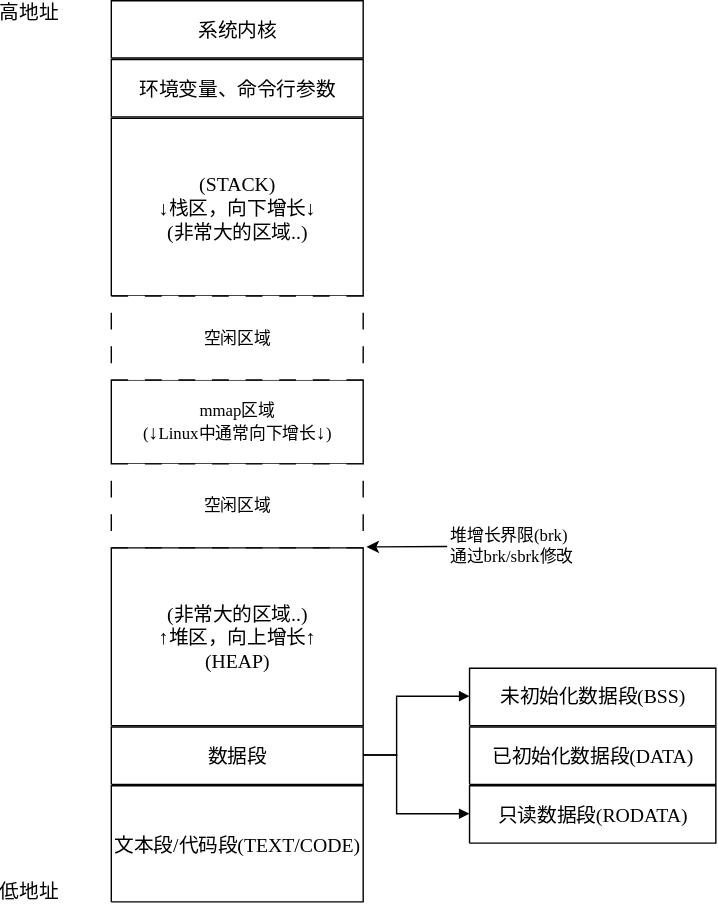
Above: 操作系统/Resources/真实内存布局图.svg in h13-0/Notebooks (draw.io), before the change. Source tidied: cells renumbered, new cells last; positions are measured from the earlier drawing's top-left corner, leaving out a move shared by most shapes. Source of this version:
```xml
<mxGraphModel>
  <root>
    <mxCell id="0" />
    <mxCell id="1" parent="0" />
    <mxCell id="2" value="&lt;div style=&quot;font-size: 1px&quot;&gt;&lt;font style=&quot;font-size:14.11px;font-family:思源等宽;color:#000000;direction:ltr;letter-spacing:0px;line-height:120%;opacity:1&quot;&gt;文本段/代码段(TEXT/CODE)&lt;br/&gt;&lt;/font&gt;&lt;/div&gt;" style="verticalAlign=middle;align=center;overflow=width;vsdxID=2;fillColor=none;gradientColor=none;shape=(stored shape, 160 characters);strokeColor=#000000;labelBackgroundColor=none;rounded=0;html=1;whiteSpace=wrap;" parent="1" vertex="1">
      <mxGeometry x="80" y="561" width="180" height="83" as="geometry" />
    </mxCell>
    <mxCell id="3" value="&lt;div style=&quot;font-size: 1px&quot;&gt;&lt;font style=&quot;font-size:14.11px;font-family:思源等宽;color:#000000;direction:ltr;letter-spacing:0px;line-height:120%;opacity:1&quot;&gt;数据段&lt;br/&gt;&lt;/font&gt;&lt;/div&gt;" style="verticalAlign=middle;align=center;overflow=width;vsdxID=3;fillColor=none;gradientColor=none;shape=(stored shape, 160 characters);strokeColor=#000000;points=[[1,0.5,0],[0.5,0,0],[0.5,0.5,0],[0.5,0.5,0]];labelBackgroundColor=none;rounded=0;html=1;whiteSpace=wrap;" parent="1" vertex="1">
      <mxGeometry x="80" y="519" width="180" height="41" as="geometry" />
    </mxCell>
    <mxCell id="4" value="&lt;div style=&quot;font-size: 1px&quot;&gt;&lt;font style=&quot;font-size:14.11px;font-family:思源等宽;color:#000000;direction:ltr;letter-spacing:0px;line-height:120%;opacity:1&quot;&gt;环境变量、命令行参数&lt;br/&gt;&lt;/font&gt;&lt;/div&gt;" style="verticalAlign=middle;align=center;overflow=width;vsdxID=7;fillColor=none;gradientColor=none;shape=(stored shape, 160 characters);strokeColor=#000000;labelBackgroundColor=none;rounded=0;html=1;whiteSpace=wrap;" parent="1" vertex="1">
      <mxGeometry x="80" y="42" width="180" height="41" as="geometry" />
    </mxCell>
    <mxCell id="5" value="&lt;div style=&quot;font-size: 1px&quot;&gt;&lt;font style=&quot;font-size:14.11px;font-family:思源等宽;color:#000000;direction:ltr;letter-spacing:0px;line-height:120%;opacity:1&quot;&gt;系统内核&lt;br/&gt;&lt;/font&gt;&lt;/div&gt;" style="verticalAlign=middle;align=center;overflow=width;vsdxID=8;fillColor=none;gradientColor=none;shape=(stored shape, 160 characters);strokeColor=#000000;labelBackgroundColor=none;rounded=0;html=1;whiteSpace=wrap;" parent="1" vertex="1">
      <mxGeometry x="80" width="180" height="41" as="geometry" />
    </mxCell>
    <mxCell id="6" value="&lt;div style=&quot;font-size: 1px&quot;&gt;&lt;font style=&quot;font-size:14.11px;font-family:思源等宽;color:#000000;direction:ltr;letter-spacing:0px;line-height:120%;opacity:1&quot;&gt;(STACK)&lt;/font&gt;&lt;/div&gt;&lt;div style=&quot;font-size: 1px&quot;&gt;&lt;font style=&quot;font-size:14.11px;font-family:思源等宽;color:#000000;direction:ltr;letter-spacing:0px;line-height:120%;opacity:1&quot;&gt;↓栈区，向下增长↓&lt;br&gt;&lt;/font&gt;&lt;/div&gt;&lt;div style=&quot;font-size: 1px&quot;&gt;&lt;font style=&quot;font-size:14.11px;font-family:思源等宽;color:#000000;direction:ltr;letter-spacing:0px;line-height:120%;opacity:1&quot;&gt;(非常大的区域..)&lt;/font&gt;&lt;/div&gt;" style="verticalAlign=middle;align=center;overflow=width;vsdxID=9;fillColor=none;gradientColor=none;shape=(stored shape, 160 characters);strokeColor=#000000;labelBackgroundColor=none;rounded=0;html=1;whiteSpace=wrap;" parent="1" vertex="1">
      <mxGeometry x="80" y="84" width="180" height="127" as="geometry" />
    </mxCell>
    <mxCell id="7" value="&lt;div style=&quot;font-size: 1px&quot;&gt;&lt;font style=&quot;font-size:14.11px;font-family:思源等宽;color:#000000;direction:ltr;letter-spacing:0px;line-height:120%;opacity:1&quot;&gt;未初始化数据段(BSS)&lt;br/&gt;&lt;/font&gt;&lt;/div&gt;" style="verticalAlign=middle;align=center;overflow=width;vsdxID=10;fillColor=none;gradientColor=none;shape=(stored shape, 160 characters);strokeColor=#000000;points=[[1,0.5,0],[0.5,0,0],[0.5,0.5,0],[0.5,0.5,0]];labelBackgroundColor=none;rounded=0;html=1;whiteSpace=wrap;" parent="1" vertex="1">
      <mxGeometry x="336" y="477" width="176" height="41" as="geometry" />
    </mxCell>
    <mxCell id="8" value="&lt;div style=&quot;font-size: 1px&quot;&gt;&lt;font style=&quot;font-size:14.11px;font-family:思源等宽;color:#000000;direction:ltr;letter-spacing:0px;line-height:120%;opacity:1&quot;&gt;已初始化数据段(DATA)&lt;br/&gt;&lt;/font&gt;&lt;/div&gt;" style="verticalAlign=middle;align=center;overflow=width;vsdxID=11;fillColor=none;gradientColor=none;shape=(stored shape, 160 characters);strokeColor=#000000;labelBackgroundColor=none;rounded=0;html=1;whiteSpace=wrap;" parent="1" vertex="1">
      <mxGeometry x="336" y="519" width="176" height="41" as="geometry" />
    </mxCell>
    <mxCell id="9" value="&lt;div style=&quot;font-size: 1px&quot;&gt;&lt;p style=&quot;text-align:left;margin-left:0;margin-right:0;margin-top:0px;margin-bottom:0px;text-indent:0;vertical-align:middle;direction:ltr;&quot;&gt;&lt;font style=&quot;font-size:14.11px;font-family:思源等宽;color:#000000;direction:ltr;letter-spacing:0px;line-height:120%;opacity:1&quot;&gt;低地址&lt;br/&gt;&lt;/font&gt;&lt;/p&gt;&lt;/div&gt;" style="verticalAlign=bottom;align=left;overflow=width;vsdxID=15;fillColor=none;gradientColor=none;shape=(stored shape, 160 characters);strokeColor=none;labelBackgroundColor=none;rounded=0;html=1;whiteSpace=wrap;" parent="1" vertex="1">
      <mxGeometry y="603" width="89" height="41" as="geometry" />
    </mxCell>
    <mxCell id="10" value="&lt;div style=&quot;font-size: 1px&quot;&gt;&lt;p style=&quot;text-align:left;margin-left:0;margin-right:0;margin-top:0px;margin-bottom:0px;text-indent:0;vertical-align:middle;direction:ltr;&quot;&gt;&lt;font style=&quot;font-size:14.11px;font-family:思源等宽;color:#000000;direction:ltr;letter-spacing:0px;line-height:120%;opacity:1&quot;&gt;高地址&lt;br/&gt;&lt;/font&gt;&lt;/p&gt;&lt;/div&gt;" style="verticalAlign=top;align=left;overflow=width;vsdxID=16;fillColor=none;gradientColor=none;shape=(stored shape, 160 characters);strokeColor=none;labelBackgroundColor=none;rounded=0;html=1;whiteSpace=wrap;" parent="1" vertex="1">
      <mxGeometry width="89" height="41" as="geometry" />
    </mxCell>
    <mxCell id="11" value="&lt;div style=&quot;font-size: 1px&quot;&gt;&lt;font style=&quot;font-size:14.11px;font-family:思源等宽;color:#000000;direction:ltr;letter-spacing:0px;line-height:120%;opacity:1&quot;&gt;只读数据段(RODATA)&lt;br/&gt;&lt;/font&gt;&lt;/div&gt;" style="verticalAlign=middle;align=center;overflow=width;vsdxID=17;fillColor=none;gradientColor=none;shape=(stored shape, 160 characters);strokeColor=#000000;points=[[1,0.5,0],[0.5,0,0],[0.5,0.5,0],[0.5,0.5,0]];labelBackgroundColor=none;rounded=0;html=1;whiteSpace=wrap;" parent="1" vertex="1">
      <mxGeometry x="336" y="561" width="176" height="41" as="geometry" />
    </mxCell>
    <mxCell id="12" style="vsdxID=19;edgeStyle=none;startArrow=none;endArrow=block;startSize=5;endSize=5;strokeColor=#000000;spacingTop=0;spacingBottom=0;spacingLeft=0;spacingRight=0;verticalAlign=middle;html=1;labelBackgroundColor=#ffffff;rounded=0;exitX=1;exitY=0.4878048780487805;exitDx=0;exitDy=0;exitPerimeter=0;entryX=0;entryY=0.4878048780487805;entryDx=0;entryDy=0;entryPerimeter=0;" parent="1" edge="1" source="3" target="11">
      <mxGeometry relative="1" as="geometry">
        <Array as="points">
          <mxPoint x="283.9" y="539" />
          <mxPoint x="283.9" y="581" />
        </Array>
      </mxGeometry>
    </mxCell>
    <mxCell id="13" style="vsdxID=18;edgeStyle=none;startArrow=none;endArrow=block;startSize=5;endSize=5;strokeColor=#000000;spacingTop=0;spacingBottom=0;spacingLeft=0;spacingRight=0;verticalAlign=middle;html=1;labelBackgroundColor=#ffffff;rounded=0;exitX=1;exitY=0.4878048780487805;exitDx=0;exitDy=0;exitPerimeter=0;entryX=0;entryY=0.4878048780487805;entryDx=0;entryDy=0;entryPerimeter=0;" parent="1" edge="1" source="3" target="7">
      <mxGeometry relative="1" as="geometry">
        <Array as="points">
          <mxPoint x="283.9" y="539" />
          <mxPoint x="283.9" y="497" />
        </Array>
        <mxPoint y="-1" as="offset" />
      </mxGeometry>
    </mxCell>
    <mxCell id="14" value="&lt;font face=&quot;思源等宽&quot;&gt;mmap区域&lt;/font&gt;&lt;div&gt;&lt;font face=&quot;思源等宽&quot;&gt;(&lt;/font&gt;&lt;span style=&quot;font-family: 思源等宽; font-size: 14.11px; background-color: transparent; color: light-dark(rgb(0, 0, 0), rgb(255, 255, 255));&quot;&gt;↓&lt;/span&gt;&lt;span style=&quot;font-family: 思源等宽; background-color: transparent; color: light-dark(rgb(0, 0, 0), rgb(255, 255, 255));&quot;&gt;Linux中通常向下增长&lt;/span&gt;&lt;span style=&quot;font-family: 思源等宽; font-size: 14.11px; background-color: transparent; color: light-dark(rgb(0, 0, 0), rgb(255, 255, 255));&quot;&gt;↓&lt;/span&gt;&lt;span style=&quot;background-color: transparent; color: light-dark(rgb(0, 0, 0), rgb(255, 255, 255)); font-family: 思源等宽;&quot;&gt;)&lt;/span&gt;&lt;/div&gt;" style="rounded=0;whiteSpace=wrap;html=1;" parent="1" vertex="1">
      <mxGeometry x="80" y="271" width="180" height="60" as="geometry" />
    </mxCell>
    <mxCell id="15" value="&lt;font face=&quot;思源等宽&quot;&gt;空闲区域&lt;/font&gt;" style="rounded=0;whiteSpace=wrap;html=1;dashed=1;dashPattern=12 12;" parent="1" vertex="1">
      <mxGeometry x="80" y="211" width="180" height="60" as="geometry" />
    </mxCell>
    <mxCell id="16" value="&lt;font face=&quot;思源等宽&quot;&gt;空闲区域&lt;/font&gt;" style="rounded=0;whiteSpace=wrap;html=1;dashed=1;dashPattern=12 12;" parent="1" vertex="1">
      <mxGeometry x="80" y="331" width="180" height="60" as="geometry" />
    </mxCell>
    <mxCell id="17" value="&lt;div style=&quot;font-size: 1px&quot;&gt;&lt;font style=&quot;font-size:14.11px;font-family:思源等宽;color:#000000;direction:ltr;letter-spacing:0px;line-height:120%;opacity:1&quot;&gt;(非常大的区域..)&lt;br&gt;↑堆区，向上增长↑&lt;br&gt;(HEAP)&lt;br&gt;&lt;/font&gt;&lt;/div&gt;" style="verticalAlign=middle;align=center;overflow=width;vsdxID=4;fillColor=none;gradientColor=none;shape=(stored shape, 160 characters);strokeColor=#000000;points=[[1,0.5,0],[0.5,0,0],[0.5,0.5,0],[0.5,0.5,0]];labelBackgroundColor=none;rounded=0;html=1;whiteSpace=wrap;" parent="1" vertex="1">
      <mxGeometry x="80" y="391" width="180" height="127" as="geometry" />
    </mxCell>
    <mxCell id="18" style="endArrow=classic;html=1;rounded=0;entryX=1.013;entryY=-0.005;entryDx=0;entryDy=0;entryPerimeter=0;" parent="1" edge="1" target="17">
      <mxGeometry relative="1" as="geometry">
        <mxPoint x="320" y="390" as="sourcePoint" />
      </mxGeometry>
    </mxCell>
    <mxCell id="19" value="&lt;font face=&quot;思源等宽&quot;&gt;堆增长界限(brk)&lt;/font&gt;&lt;div&gt;&lt;font face=&quot;思源等宽&quot;&gt;通过brk/sbrk修改&lt;/font&gt;&lt;/div&gt;" style="text;html=1;align=left;verticalAlign=middle;whiteSpace=wrap;rounded=0;" parent="1" vertex="1">
      <mxGeometry x="320" y="374" width="120" height="30" as="geometry" />
    </mxCell>
  </root>
</mxGraphModel>
```
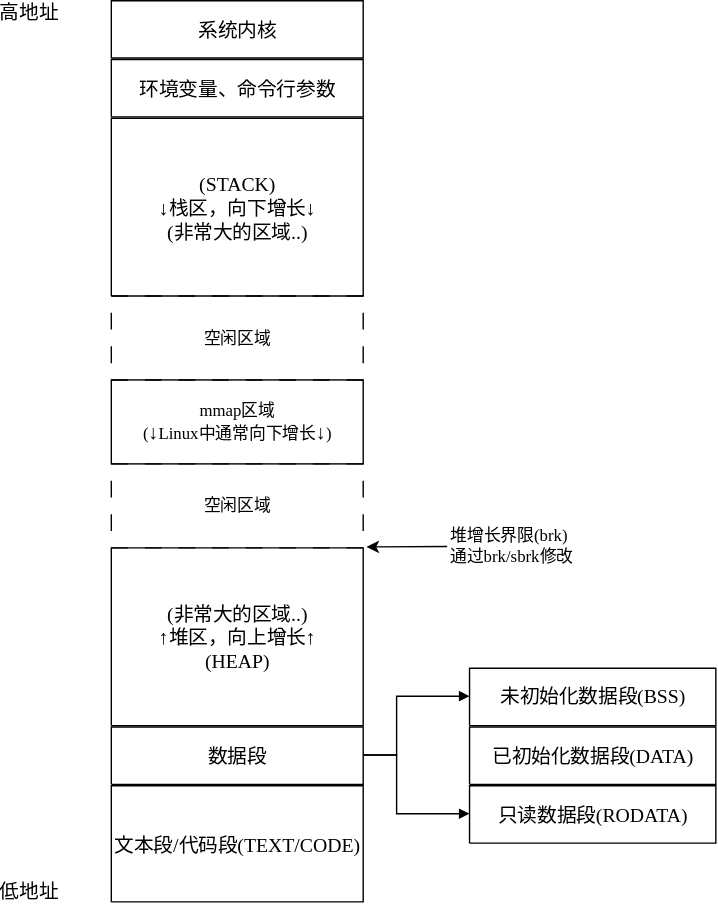
Later version of the same file.

Commit message:
vault backup: 2026-08-09 17:16:17

Change to the diagram source:
```diff
@@ -49,19 +49,19 @@
         <mxPoint y="-1" as="offset" />
       </mxGeometry>
     </mxCell>
-    <mxCell id="14" value="&lt;font face=&quot;思源等宽&quot;&gt;mmap区域&lt;/font&gt;&lt;div&gt;&lt;font face=&quot;思源等宽&quot;&gt;(&lt;/font&gt;&lt;span style=&quot;font-family: 思源等宽; font-size: 14.11px; background-color: transparent; color: light-dark(rgb(0, 0, 0), rgb(255, 255, 255));&quot;&gt;↓&lt;/span&gt;&lt;span style=&quot;font-family: 思源等宽; background-color: transparent; color: light-dark(rgb(0, 0, 0), rgb(255, 255, 255));&quot;&gt;Linux中通常向下增长&lt;/span&gt;&lt;span style=&quot;font-family: 思源等宽; font-size: 14.11px; background-color: transparent; color: light-dark(rgb(0, 0, 0), rgb(255, 255, 255));&quot;&gt;↓&lt;/span&gt;&lt;span style=&quot;background-color: transparent; color: light-dark(rgb(0, 0, 0), rgb(255, 255, 255)); font-family: 思源等宽;&quot;&gt;)&lt;/span&gt;&lt;/div&gt;" style="rounded=0;whiteSpace=wrap;html=1;" parent="1" vertex="1">
+    <mxCell id="14" value="&lt;font face=&quot;思源等宽&quot;&gt;mmap区域&lt;/font&gt;&lt;div&gt;&lt;font face=&quot;思源等宽&quot;&gt;(&lt;/font&gt;&lt;span style=&quot;font-family: 思源等宽; font-size: 14.11px;&quot;&gt;↓&lt;/span&gt;&lt;span style=&quot;font-family: 思源等宽;&quot;&gt;Linux中通常向下增长&lt;/span&gt;&lt;span style=&quot;font-family: 思源等宽; font-size: 14.11px;&quot;&gt;↓&lt;/span&gt;&lt;span style=&quot;font-family: 思源等宽;&quot;&gt;)&lt;/span&gt;&lt;/div&gt;" style="rounded=0;whiteSpace=wrap;html=1;labelBackgroundColor=none;fontColor=default;fillColor=none;" parent="1" vertex="1">
       <mxGeometry x="80" y="271" width="180" height="60" as="geometry" />
     </mxCell>
-    <mxCell id="15" value="&lt;font face=&quot;思源等宽&quot;&gt;空闲区域&lt;/font&gt;" style="rounded=0;whiteSpace=wrap;html=1;dashed=1;dashPattern=12 12;" parent="1" vertex="1">
+    <mxCell id="15" value="&lt;font face=&quot;思源等宽&quot;&gt;空闲区域&lt;/font&gt;" style="rounded=0;whiteSpace=wrap;html=1;dashed=1;dashPattern=12 12;labelBackgroundColor=none;fontColor=default;fillColor=none;" parent="1" vertex="1">
       <mxGeometry x="80" y="211" width="180" height="60" as="geometry" />
     </mxCell>
-    <mxCell id="16" value="&lt;font face=&quot;思源等宽&quot;&gt;空闲区域&lt;/font&gt;" style="rounded=0;whiteSpace=wrap;html=1;dashed=1;dashPattern=12 12;" parent="1" vertex="1">
+    <mxCell id="16" value="&lt;font face=&quot;思源等宽&quot;&gt;空闲区域&lt;/font&gt;" style="rounded=0;whiteSpace=wrap;html=1;dashed=1;dashPattern=12 12;labelBackgroundColor=none;fontColor=default;fillColor=none;" parent="1" vertex="1">
       <mxGeometry x="80" y="331" width="180" height="60" as="geometry" />
     </mxCell>
     <mxCell id="17" value="&lt;div style=&quot;font-size: 1px&quot;&gt;&lt;font style=&quot;font-size:14.11px;font-family:思源等宽;color:#000000;direction:ltr;letter-spacing:0px;line-height:120%;opacity:1&quot;&gt;(非常大的区域..)&lt;br&gt;↑堆区，向上增长↑&lt;br&gt;(HEAP)&lt;br&gt;&lt;/font&gt;&lt;/div&gt;" style="verticalAlign=middle;align=center;overflow=width;vsdxID=4;fillColor=none;gradientColor=none;shape=(stored shape, 160 characters);strokeColor=#000000;points=[[1,0.5,0],[0.5,0,0],[0.5,0.5,0],[0.5,0.5,0]];labelBackgroundColor=none;rounded=0;html=1;whiteSpace=wrap;" parent="1" vertex="1">
       <mxGeometry x="80" y="391" width="180" height="127" as="geometry" />
     </mxCell>
-    <mxCell id="18" style="endArrow=classic;html=1;rounded=0;entryX=1.013;entryY=-0.005;entryDx=0;entryDy=0;entryPerimeter=0;" parent="1" edge="1" target="17">
+    <mxCell id="18" style="endArrow=classic;html=1;rounded=0;entryX=1.013;entryY=-0.005;entryDx=0;entryDy=0;entryPerimeter=0;labelBackgroundColor=default;fontColor=default;" parent="1" edge="1" target="17">
       <mxGeometry relative="1" as="geometry">
         <mxPoint x="320" y="390" as="sourcePoint" />
       </mxGeometry>
```
